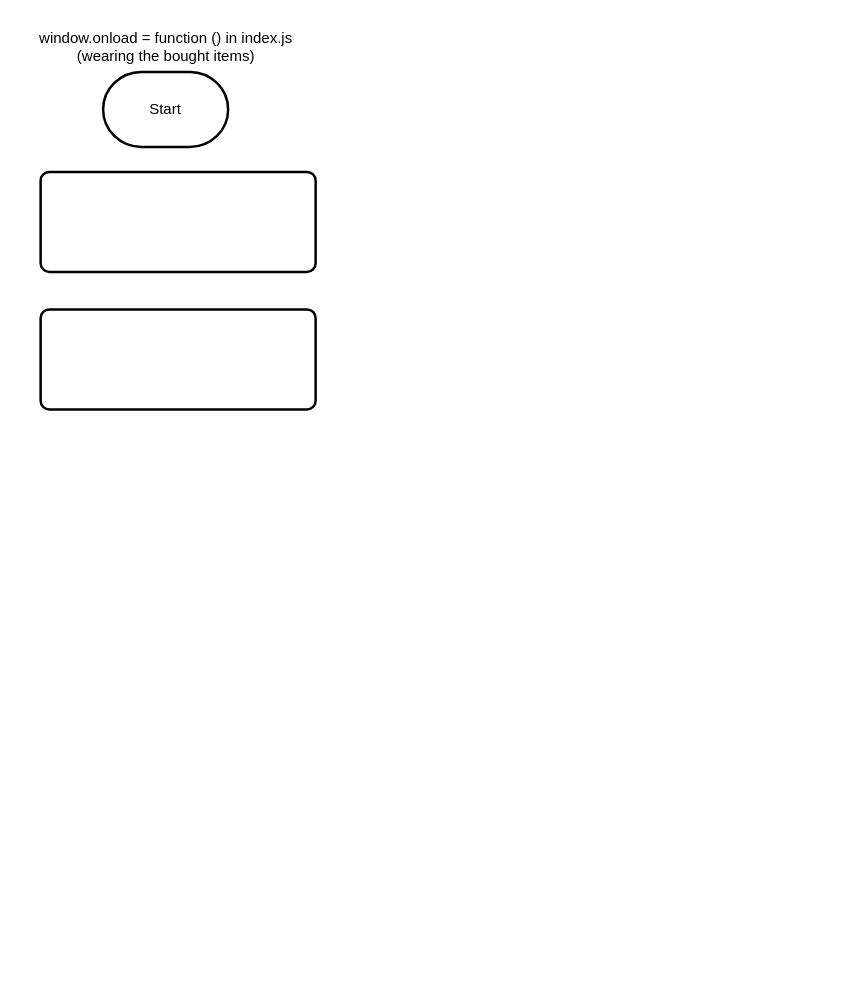
MTHS-ICD2O-1-2024/ICD2O-Final-Project-ain.jeong keeps this draw.io diagram as design/flowchart-windowonload-indexJs.drawio. Above is the earlier version. Source tidied: cells renumbered, new cells numbered last; positions are measured from the earlier drawing's top-left corner, leaving out a move shared by most shapes. Both pictures are drawn from the tidied source at 125%, with x=0, y=0 at pixel (21, 21).
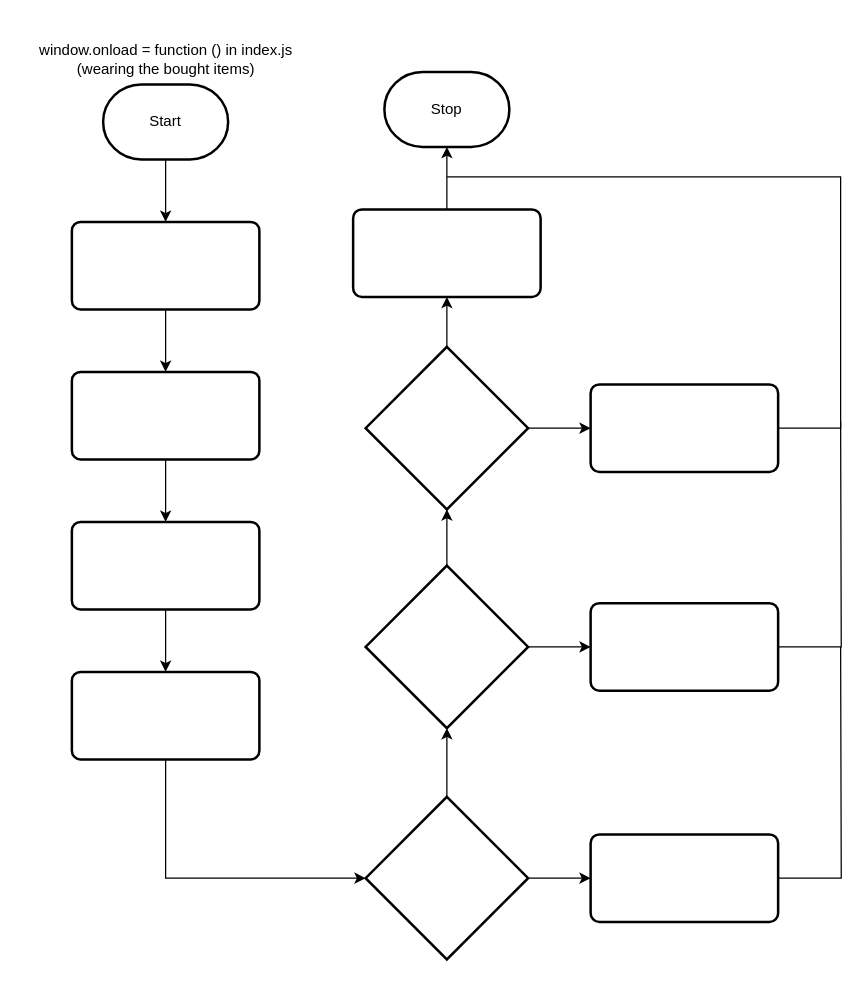
After the change.

What changed in the source:
```diff
@@
-    <mxCell id="2" value="Start" style="strokeWidth=2;html=1;shape=mxgraph.flowchart.terminator;whiteSpace=wrap;" parent="1" vertex="1">
-      <mxGeometry x="65" y="40" width="100" height="60" as="geometry" />
+    <mxCell id="2" value="Stop" style="strokeWidth=2;html=1;shape=mxgraph.flowchart.terminator;whiteSpace=wrap;" parent="1" vertex="1">
+      <mxGeometry x="290" y="40" width="100" height="60" as="geometry" />
     </mxCell>
     <mxCell id="3" value="window.onload = function () in index.js&lt;div&gt;(wearing the bought items)&lt;/div&gt;" style="text;html=1;align=center;verticalAlign=middle;strokeColor=none;fillColor=none;" parent="1" vertex="1">
-      <mxGeometry width="230" height="40" as="geometry" />
+      <mxGeometry y="10" width="230" height="40" as="geometry" />
     </mxCell>
+    <mxCell id="6" style="edgeStyle=none;html=1;entryX=0.5;entryY=0;entryDx=0;entryDy=0;" parent="1" edge="1" source="4" target="5">
+      <mxGeometry relative="1" as="geometry" />
+    </mxCell>
     <mxCell id="4" style="rounded=1;whiteSpace=wrap;html=1;absoluteArcSize=1;arcSize=14;strokeWidth=2;" parent="1" vertex="1">
-      <mxGeometry x="15" y="120" width="220" height="80" as="geometry" />
+      <mxGeometry x="40" y="160" width="150" height="70" as="geometry" />
     </mxCell>
+    <mxCell id="7" style="edgeStyle=none;html=1;entryX=0.5;entryY=0;entryDx=0;entryDy=0;" parent="1" edge="1" source="5" target="9">
+      <mxGeometry relative="1" as="geometry" />
+    </mxCell>
     <mxCell id="5" style="rounded=1;whiteSpace=wrap;html=1;absoluteArcSize=1;arcSize=14;strokeWidth=2;" parent="1" vertex="1">
-      <mxGeometry x="15" y="230" width="220" height="80" as="geometry" />
+      <mxGeometry x="40" y="280" width="150" height="70" as="geometry" />
     </mxCell>
+    <mxCell id="8" style="edgeStyle=none;html=1;entryX=0.5;entryY=0;entryDx=0;entryDy=0;" parent="1" edge="1" source="9" target="10">
+      <mxGeometry relative="1" as="geometry" />
+    </mxCell>
+    <mxCell id="9" style="rounded=1;whiteSpace=wrap;html=1;absoluteArcSize=1;arcSize=14;strokeWidth=2;" parent="1" vertex="1">
+      <mxGeometry x="40" y="400" width="150" height="70" as="geometry" />
+    </mxCell>
+    <mxCell id="10" style="rounded=1;whiteSpace=wrap;html=1;absoluteArcSize=1;arcSize=14;strokeWidth=2;" parent="1" vertex="1">
+      <mxGeometry x="40" y="520" width="150" height="70" as="geometry" />
+    </mxCell>
+    <mxCell id="11" style="edgeStyle=none;html=1;entryX=0.5;entryY=1;entryDx=0;entryDy=0;" parent="1" edge="1" source="13" target="24">
+      <mxGeometry relative="1" as="geometry" />
+    </mxCell>
+    <mxCell id="12" style="edgeStyle=none;html=1;entryX=0;entryY=0.5;entryDx=0;entryDy=0;" parent="1" edge="1" source="13" target="17">
+      <mxGeometry relative="1" as="geometry" />
+    </mxCell>
+    <mxCell id="13" style="strokeWidth=2;html=1;shape=mxgraph.flowchart.decision;whiteSpace=wrap;" parent="1" vertex="1">
+      <mxGeometry x="275" y="260" width="130" height="130" as="geometry" />
+    </mxCell>
+    <mxCell id="14" style="edgeStyle=none;html=1;entryX=0;entryY=0.5;entryDx=0;entryDy=0;" parent="1" edge="1" source="15" target="19">
+      <mxGeometry relative="1" as="geometry" />
+    </mxCell>
+    <mxCell id="15" style="strokeWidth=2;html=1;shape=mxgraph.flowchart.decision;whiteSpace=wrap;" parent="1" vertex="1">
+      <mxGeometry x="275" y="435" width="130" height="130" as="geometry" />
+    </mxCell>
+    <mxCell id="16" style="edgeStyle=orthogonalEdgeStyle;html=1;exitX=1;exitY=0.5;exitDx=0;exitDy=0;rounded=0;curved=0;endArrow=none;endFill=0;" parent="1" edge="1" source="17">
+      <mxGeometry relative="1" as="geometry">
+        <mxPoint x="340" y="124" as="targetPoint" />
+        <Array as="points">
+          <mxPoint x="655" y="325" />
+          <mxPoint x="655" y="124" />
+        </Array>
+      </mxGeometry>
+    </mxCell>
+    <mxCell id="17" style="rounded=1;whiteSpace=wrap;html=1;absoluteArcSize=1;arcSize=14;strokeWidth=2;" parent="1" vertex="1">
+      <mxGeometry x="455" y="290" width="150" height="70" as="geometry" />
+    </mxCell>
+    <mxCell id="18" style="edgeStyle=orthogonalEdgeStyle;html=1;rounded=0;curved=0;endArrow=none;endFill=0;" parent="1" edge="1" source="19">
+      <mxGeometry relative="1" as="geometry">
+        <mxPoint x="655" y="320" as="targetPoint" />
+      </mxGeometry>
+    </mxCell>
+    <mxCell id="19" style="rounded=1;whiteSpace=wrap;html=1;absoluteArcSize=1;arcSize=14;strokeWidth=2;" parent="1" vertex="1">
+      <mxGeometry x="455" y="465" width="150" height="70" as="geometry" />
+    </mxCell>
+    <mxCell id="20" style="edgeStyle=none;html=1;entryX=0;entryY=0.5;entryDx=0;entryDy=0;" parent="1" edge="1" source="21" target="23">
+      <mxGeometry relative="1" as="geometry" />
+    </mxCell>
+    <mxCell id="21" style="strokeWidth=2;html=1;shape=mxgraph.flowchart.decision;whiteSpace=wrap;" parent="1" vertex="1">
+      <mxGeometry x="275" y="620" width="130" height="130" as="geometry" />
+    </mxCell>
+    <mxCell id="22" style="edgeStyle=orthogonalEdgeStyle;html=1;endArrow=none;endFill=0;rounded=0;" parent="1" edge="1" source="23">
+      <mxGeometry relative="1" as="geometry">
+        <mxPoint x="655" y="500" as="targetPoint" />
+      </mxGeometry>
+    </mxCell>
+    <mxCell id="23" style="rounded=1;whiteSpace=wrap;html=1;absoluteArcSize=1;arcSize=14;strokeWidth=2;" parent="1" vertex="1">
+      <mxGeometry x="455" y="650" width="150" height="70" as="geometry" />
+    </mxCell>
+    <mxCell id="24" style="rounded=1;whiteSpace=wrap;html=1;absoluteArcSize=1;arcSize=14;strokeWidth=2;" parent="1" vertex="1">
+      <mxGeometry x="265" y="150" width="150" height="70" as="geometry" />
+    </mxCell>
+    <mxCell id="25" style="edgeStyle=none;html=1;entryX=0.5;entryY=0;entryDx=0;entryDy=0;" parent="1" edge="1" source="26" target="4">
+      <mxGeometry relative="1" as="geometry" />
+    </mxCell>
+    <mxCell id="26" value="Start" style="strokeWidth=2;html=1;shape=mxgraph.flowchart.terminator;whiteSpace=wrap;" parent="1" vertex="1">
+      <mxGeometry x="65" y="50" width="100" height="60" as="geometry" />
+    </mxCell>
+    <mxCell id="27" style="edgeStyle=orthogonalEdgeStyle;html=1;entryX=0;entryY=0.5;entryDx=0;entryDy=0;entryPerimeter=0;rounded=0;curved=0;" parent="1" edge="1" source="10" target="21">
+      <mxGeometry relative="1" as="geometry">
+        <Array as="points">
+          <mxPoint x="115" y="685" />
+        </Array>
+      </mxGeometry>
+    </mxCell>
+    <mxCell id="28" style="edgeStyle=none;html=1;entryX=0.5;entryY=1;entryDx=0;entryDy=0;entryPerimeter=0;" parent="1" edge="1" source="21" target="15">
+      <mxGeometry relative="1" as="geometry" />
+    </mxCell>
+    <mxCell id="29" style="edgeStyle=none;html=1;entryX=0.5;entryY=1;entryDx=0;entryDy=0;entryPerimeter=0;" parent="1" edge="1" source="15" target="13">
+      <mxGeometry relative="1" as="geometry" />
+    </mxCell>
+    <mxCell id="30" style="edgeStyle=none;html=1;entryX=0.5;entryY=1;entryDx=0;entryDy=0;entryPerimeter=0;" parent="1" edge="1" source="24" target="2">
+      <mxGeometry relative="1" as="geometry" />
+    </mxCell>
```
